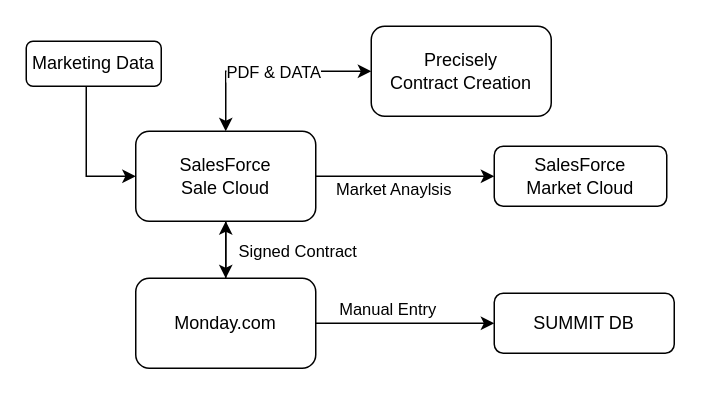
This is page "CF" (4 of 13) of 11.drawio from ai-next-zen/diagrams, a draw.io file, before an edit. Source tidied: cells renumbered, new cells numbered last; positions are measured from the earlier drawing's top-left corner, leaving out a move shared by most shapes. Both pictures are drawn from the tidied source at 150%, with x=0, y=0 at pixel (26, 26).
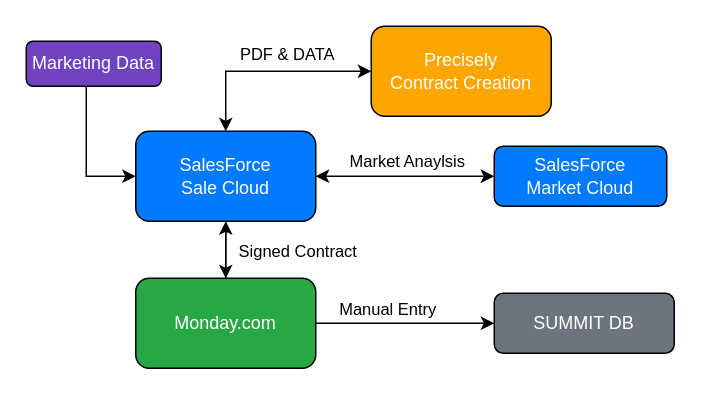
The same page after the edit.

The change refers to these unchanged cells:
```xml
<mxCell id="15" style="endArrow=classic;startArrow=classic;html=1;rounded=0;entryX=0;entryY=0.5;entryDx=0;entryDy=0;exitX=0.5;exitY=0;exitDx=0;exitDy=0;labelBackgroundColor=none;fontColor=default;" parent="1" edge="1" source="7" target="2">
  <mxGeometry relative="1" as="geometry">
    <Array as="points">
      <mxPoint x="133" y="30" />
      <mxPoint x="190" y="30" />
    </Array>
  </mxGeometry>
</mxCell>
```

Change to the diagram source:
```diff
@@
-    <mxCell id="2" value="&lt;span&gt;Precisely&lt;/span&gt;&lt;div&gt;Contract Creation&lt;/div&gt;" style="rounded=1;whiteSpace=wrap;html=1;labelBackgroundColor=none;fontStyle=0;" parent="1" vertex="1">
+    <mxCell id="2" value="&lt;span&gt;Precisely&lt;/span&gt;&lt;div&gt;Contract Creation&lt;/div&gt;" style="rounded=1;whiteSpace=wrap;html=1;labelBackgroundColor=none;fontStyle=0;fontColor=#FFFFFF;fillColor=#FFA500;" parent="1" vertex="1">
       <mxGeometry x="230" width="120" height="60" as="geometry" />
     </mxCell>
-    <mxCell id="3" style="edgeStyle=orthogonalEdgeStyle;rounded=0;jettySize=auto;html=1;labelBackgroundColor=none;fontColor=default;" parent="1" edge="1" source="7" target="8">
-      <mxGeometry relative="1" as="geometry" />
-    </mxCell>
-    <mxCell id="4" value="Market Anaylsis" style="edgeLabel;html=1;align=center;verticalAlign=middle;labelBackgroundColor=none;" parent="3" vertex="1">
-      <mxGeometry x="-0.23" y="3" relative="1" as="geometry">
-        <mxPoint x="5" y="11" as="offset" />
-      </mxGeometry>
-    </mxCell>
@@
-    <mxCell id="7" value="&lt;span&gt;SalesForce&lt;/span&gt;&lt;div&gt;&lt;span&gt;Sale Cloud&lt;/span&gt;&lt;/div&gt;" style="whiteSpace=wrap;html=1;rounded=1;labelBackgroundColor=none;fontStyle=0;" parent="1" vertex="1">
+    <mxCell id="7" value="&lt;span&gt;SalesForce&lt;/span&gt;&lt;div&gt;&lt;span&gt;Sale Cloud&lt;/span&gt;&lt;/div&gt;" style="whiteSpace=wrap;html=1;rounded=1;labelBackgroundColor=none;fontStyle=0;strokeColor=default;align=center;verticalAlign=middle;fontFamily=Helvetica;fontSize=12;fontColor=#FFFFFF;fillColor=#007BFF;" parent="1" vertex="1">
       <mxGeometry x="73" y="70" width="120" height="60" as="geometry" />
     </mxCell>
-    <mxCell id="8" value="&lt;span&gt;SalesForce&lt;/span&gt;&lt;div&gt;&lt;span&gt;Market Cloud&lt;/span&gt;&lt;/div&gt;" style="whiteSpace=wrap;html=1;rounded=1;labelBackgroundColor=none;fontStyle=0;" parent="1" vertex="1">
+    <mxCell id="8" value="&lt;span&gt;SalesForce&lt;/span&gt;&lt;div&gt;&lt;span&gt;Market Cloud&lt;/span&gt;&lt;/div&gt;" style="whiteSpace=wrap;html=1;rounded=1;labelBackgroundColor=none;fontStyle=0;strokeColor=default;align=center;verticalAlign=middle;fontFamily=Helvetica;fontSize=12;fontColor=#FFFFFF;fillColor=#007BFF;" parent="1" vertex="1">
       <mxGeometry x="312" y="80" width="115" height="40" as="geometry" />
     </mxCell>
@@
-    <mxCell id="12" value="&lt;span&gt;Monday.com&lt;/span&gt;" style="whiteSpace=wrap;html=1;rounded=1;labelBackgroundColor=none;fontStyle=0;" parent="1" vertex="1">
+    <mxCell id="12" value="&lt;span&gt;Monday.com&lt;/span&gt;" style="whiteSpace=wrap;html=1;rounded=1;labelBackgroundColor=none;fontStyle=0;strokeColor=default;align=center;verticalAlign=middle;fontFamily=Helvetica;fontSize=12;fontColor=#FFFFFF;fillColor=#28A745;" parent="1" vertex="1">
       <mxGeometry x="73" y="168" width="120" height="60" as="geometry" />
     </mxCell>
@@
-    <mxCell id="14" value="Marketing&lt;span&gt;&amp;nbsp;Data&lt;/span&gt;" style="rounded=1;whiteSpace=wrap;html=1;labelBackgroundColor=none;fontStyle=0;" parent="1" vertex="1">
+    <mxCell id="14" value="Marketing&lt;span&gt;&amp;nbsp;Data&lt;/span&gt;" style="rounded=1;whiteSpace=wrap;html=1;labelBackgroundColor=none;fontStyle=0;fillColor=#6F42C1;fontColor=#FFFFFF;" parent="1" vertex="1">
       <mxGeometry y="10" width="90" height="30" as="geometry" />
     </mxCell>
@@
     <mxCell id="16" value="PDF &amp;amp; DATA" style="edgeLabel;html=1;align=center;verticalAlign=middle;" parent="15" vertex="1">
-      <mxGeometry x="0.03" relative="1" as="geometry" />
+      <mxGeometry x="0.03" relative="1" as="geometry">
+        <mxPoint x="9" y="-12" as="offset" />
+      </mxGeometry>
     </mxCell>
-    <mxCell id="17" value="&lt;span&gt;SUMMIT DB&lt;/span&gt;" style="whiteSpace=wrap;html=1;rounded=1;labelBackgroundColor=none;fontStyle=0;" parent="1" vertex="1">
+    <mxCell id="17" value="&lt;span&gt;SUMMIT DB&lt;/span&gt;" style="whiteSpace=wrap;html=1;rounded=1;labelBackgroundColor=none;fontStyle=0;strokeColor=default;align=center;verticalAlign=middle;fontFamily=Helvetica;fontSize=12;fontColor=#FFFFFF;fillColor=#6C757D;" parent="1" vertex="1">
       <mxGeometry x="312" y="178" width="120" height="40" as="geometry" />
     </mxCell>
+    <mxCell id="3" style="endArrow=classic;startArrow=classic;html=1;rounded=0;entryX=0;entryY=0.5;entryDx=0;entryDy=0;exitX=1;exitY=0.5;exitDx=0;exitDy=0;" parent="1" edge="1" source="7" target="8">
+      <mxGeometry relative="1" as="geometry" />
+    </mxCell>
+    <mxCell id="4" value="&lt;span&gt;Market Anaylsis&lt;/span&gt;" style="edgeLabel;html=1;align=center;verticalAlign=middle;fontFamily=Helvetica;fontSize=11;fontColor=default;labelBackgroundColor=default;fillColor=none;gradientColor=none;" parent="3" vertex="1">
+      <mxGeometry x="0.03" y="-1" relative="1" as="geometry">
+        <mxPoint x="-1" y="-12" as="offset" />
+      </mxGeometry>
+    </mxCell>
```
